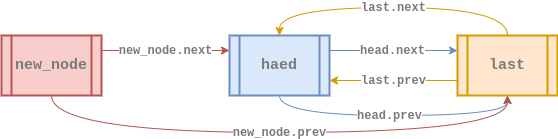
The draw.io diagram assets/data-structure/linked-list/cll-doubly-insert_at3.png in euisblue/vue-blog, before a commit. Source tidied: cells renumbered, new cells last; positions are measured from the earlier drawing's top-left corner, leaving out a move shared by most shapes.
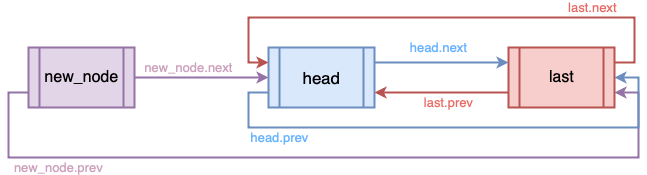
Above is the later version.

What changed in the source:
```diff
@@ -2,47 +2,58 @@
   <root>
     <mxCell id="0" />
     <mxCell id="1" parent="0" />
-    <mxCell id="2" value="&lt;b style=&quot;color: rgb(0 , 0 , 0) ; font-size: 11px ; font-style: normal ; letter-spacing: normal ; text-align: center ; text-indent: 0px ; text-transform: none ; word-spacing: 0px ; font-family: &amp;#34;courier new&amp;#34;&quot;&gt;&lt;font color=&quot;#7a7a7a&quot; style=&quot;font-size: 12px&quot;&gt;last.prev&lt;/font&gt;&lt;/b&gt;" style="edgeStyle=none;rounded=0;sketch=0;jettySize=auto;html=1;exitX=0;exitY=0.75;exitDx=0;exitDy=0;entryX=1;entryY=0.75;entryDx=0;entryDy=0;strokeColor=#d79b00;strokeWidth=1;fillColor=#ffe6cc;" parent="1" edge="1" source="4" target="7">
-      <mxGeometry relative="1" as="geometry" />
+    <mxCell id="2" value="&lt;font color=&quot;#cda2be&quot; size=&quot;2&quot;&gt;&lt;span&gt;new_node.next&lt;/span&gt;&lt;/font&gt;" style="edgeStyle=orthogonalEdgeStyle;rounded=0;jettySize=auto;html=1;exitX=1;exitY=0.5;exitDx=0;exitDy=0;entryX=0;entryY=0.5;entryDx=0;entryDy=0;fillColor=#e1d5e7;strokeColor=#9673a6;strokeWidth=2;labelBackgroundColor=none;labelBorderColor=none;fontFamily=Helvetica;" parent="1" edge="1" source="4" target="6">
+      <mxGeometry x="-0.19" y="10" relative="1" as="geometry" />
     </mxCell>
-    <mxCell id="3" value="&lt;b style=&quot;color: rgb(0 , 0 , 0) ; font-size: 11px ; font-style: normal ; letter-spacing: normal ; text-align: center ; text-indent: 0px ; text-transform: none ; word-spacing: 0px ; font-family: &amp;#34;courier new&amp;#34;&quot;&gt;&lt;font color=&quot;#7a7a7a&quot; style=&quot;font-size: 12px&quot;&gt;last.next&lt;/font&gt;&lt;/b&gt;" style="edgeStyle=orthogonalEdgeStyle;rounded=0;jettySize=auto;html=1;exitX=0.5;exitY=0;exitDx=0;exitDy=0;entryX=0.5;entryY=0;entryDx=0;entryDy=0;strokeColor=#d79b00;curved=1;fillColor=#ffe6cc;" parent="1" edge="1" source="4" target="7">
-      <mxGeometry relative="1" as="geometry">
+    <mxCell id="3" value="&lt;span style=&quot;color: rgb(205 , 162 , 190) ; font-size: 13px&quot;&gt;new_node.prev&lt;/span&gt;" style="edgeStyle=orthogonalEdgeStyle;rounded=0;jettySize=auto;html=1;exitX=0;exitY=0.75;exitDx=0;exitDy=0;entryX=1;entryY=0.75;entryDx=0;entryDy=0;labelBackgroundColor=none;strokeWidth=2;fontFamily=Helvetica;fontColor=#666666;align=center;fillColor=#e1d5e7;strokeColor=#9673a6;" parent="1" edge="1" source="4" target="8">
+      <mxGeometry x="-0.66" y="-10" relative="1" as="geometry">
         <Array as="points">
-          <mxPoint x="506" />
-          <mxPoint x="278" />
+          <mxPoint x="436" y="73" />
+          <mxPoint x="436" y="138" />
+          <mxPoint x="1066" y="138" />
+          <mxPoint x="1066" y="73" />
         </Array>
       </mxGeometry>
     </mxCell>
-    <mxCell id="4" value="&lt;b&gt;&lt;font style=&quot;font-size: 15px ; font-style: normal&quot; face=&quot;Courier New&quot; color=&quot;#7a7a7a&quot;&gt;last&lt;/font&gt;&lt;/b&gt;" style="shape=process;whiteSpace=wrap;html=1;backgroundOutline=1;fillColor=#ffe6cc;strokeColor=#d79b00;gradientDirection=east;strokeWidth=2;shadow=0;glass=0;sketch=0;fontStyle=2;" parent="1" vertex="1">
-      <mxGeometry x="456" y="28" width="100" height="60" as="geometry" />
+    <mxCell id="4" value="&lt;font&gt;&lt;font style=&quot;font-size: 16px&quot;&gt;new_node&lt;/font&gt;&lt;br&gt;&lt;/font&gt;" style="shape=process;whiteSpace=wrap;html=1;backgroundOutline=1;strokeWidth=2;fillColor=#e1d5e7;strokeColor=#9673a6;fontStyle=0;fontFamily=Helvetica;fontSize=14;labelBackgroundColor=none;labelBorderColor=none;" parent="1" vertex="1">
+      <mxGeometry x="456" y="28" width="106" height="60" as="geometry" />
     </mxCell>
-    <mxCell id="5" value="&lt;b style=&quot;font-size: 11px ; letter-spacing: normal ; text-align: center ; text-indent: 0px ; text-transform: none ; word-spacing: 0px ; font-family: &amp;#34;courier new&amp;#34;&quot;&gt;&lt;font style=&quot;font-size: 12px&quot; color=&quot;#7a7a7a&quot;&gt;head.next&lt;/font&gt;&lt;/b&gt;" style="rounded=0;sketch=0;jettySize=auto;html=1;exitX=1;exitY=0.25;exitDx=0;exitDy=0;entryX=0;entryY=0.25;entryDx=0;entryDy=0;strokeColor=#6c8ebf;strokeWidth=1;fillColor=#dae8fc;fontStyle=0;" parent="1" edge="1" source="7" target="4">
-      <mxGeometry x="-0.01" relative="1" as="geometry" />
+    <mxCell id="5" value="&lt;span style=&quot;color: rgb(102 , 178 , 255) ; font-size: 13px&quot;&gt;head.prev&lt;/span&gt;" style="edgeStyle=orthogonalEdgeStyle;rounded=0;jettySize=auto;html=1;exitX=0;exitY=0.75;exitDx=0;exitDy=0;entryX=1;entryY=0.5;entryDx=0;entryDy=0;fillColor=#dae8fc;strokeColor=#6c8ebf;strokeWidth=2;labelBackgroundColor=none;labelBorderColor=none;fontFamily=Helvetica;align=center;" parent="1" edge="1" source="6" target="8">
+      <mxGeometry x="-0.67" y="-10" relative="1" as="geometry">
+        <Array as="points">
+          <mxPoint x="676" y="73" />
+          <mxPoint x="676" y="108" />
+          <mxPoint x="1066" y="108" />
+          <mxPoint x="1066" y="58" />
+        </Array>
+      </mxGeometry>
     </mxCell>
-    <mxCell id="6" value="&lt;b style=&quot;color: rgb(0 , 0 , 0) ; font-size: 11px ; font-style: normal ; letter-spacing: normal ; text-align: center ; text-indent: 0px ; text-transform: none ; word-spacing: 0px ; font-family: &amp;#34;courier new&amp;#34;&quot;&gt;&lt;font color=&quot;#7a7a7a&quot; style=&quot;font-size: 12px&quot;&gt;head.prev&lt;/font&gt;&lt;/b&gt;" style="edgeStyle=orthogonalEdgeStyle;rounded=0;jettySize=auto;html=1;exitX=0.5;exitY=1;exitDx=0;exitDy=0;entryX=0.5;entryY=1;entryDx=0;entryDy=0;fillColor=#dae8fc;strokeColor=#6c8ebf;curved=1;" parent="1" edge="1" source="7" target="4">
-      <mxGeometry x="-0.03" relative="1" as="geometry">
-        <Array as="points">
-          <mxPoint x="278" y="108" />
-          <mxPoint x="506" y="108" />
-        </Array>
-      </mxGeometry>
+    <mxCell id="6" value="&lt;font&gt;&lt;font style=&quot;font-size: 17px&quot;&gt;head&lt;/font&gt;&lt;br&gt;&lt;/font&gt;" style="shape=process;whiteSpace=wrap;html=1;backgroundOutline=1;strokeWidth=2;fillColor=#dae8fc;strokeColor=#6c8ebf;fontStyle=0;fontFamily=Helvetica;fontSize=14;labelBackgroundColor=none;labelBorderColor=none;" parent="1" vertex="1">
+      <mxGeometry x="696" y="28" width="106" height="60" as="geometry" />
     </mxCell>
-    <mxCell id="7" value="&lt;div&gt;&lt;font color=&quot;#7a7a7a&quot; face=&quot;courier new&quot; style=&quot;font-size: 15px&quot;&gt;haed&lt;/font&gt;&lt;/div&gt;" style="shape=process;whiteSpace=wrap;html=1;backgroundOutline=1;fillColor=#dae8fc;strokeColor=#6c8ebf;gradientDirection=east;strokeWidth=2;shadow=0;glass=0;align=center;sketch=0;fontStyle=1;" parent="1" vertex="1">
-      <mxGeometry x="228" y="28" width="100" height="60" as="geometry" />
+    <mxCell id="7" value="&lt;span style=&quot;color: rgb(234 , 107 , 102)&quot;&gt;&lt;font style=&quot;font-size: 13px&quot;&gt;last.prev&lt;/font&gt;&lt;/span&gt;" style="edgeStyle=orthogonalEdgeStyle;rounded=0;jettySize=auto;html=1;exitX=0;exitY=0.75;exitDx=0;exitDy=0;entryX=1;entryY=0.75;entryDx=0;entryDy=0;labelBackgroundColor=none;strokeWidth=2;fontFamily=Helvetica;fontColor=#666666;align=center;fillColor=#f8cecc;strokeColor=#b85450;" parent="1" edge="1" source="8" target="6">
+      <mxGeometry x="-0.1" y="10" relative="1" as="geometry" />
     </mxCell>
-    <mxCell id="8" value="&lt;font color=&quot;#7a7a7a&quot; face=&quot;courier new&quot;&gt;&lt;span style=&quot;font-size: 12px&quot;&gt;&lt;b&gt;new_node.next&lt;/b&gt;&lt;/span&gt;&lt;/font&gt;" style="edgeStyle=orthogonalEdgeStyle;curved=1;rounded=0;jettySize=auto;html=1;exitX=1;exitY=0.25;exitDx=0;exitDy=0;entryX=0;entryY=0.25;entryDx=0;entryDy=0;fillColor=#f8cecc;strokeColor=#b85450;" parent="1" edge="1" source="10" target="7">
-      <mxGeometry relative="1" as="geometry" />
+    <mxCell id="8" value="&lt;font&gt;&lt;font style=&quot;font-size: 16px&quot;&gt;last&lt;/font&gt;&lt;br&gt;&lt;/font&gt;" style="shape=process;whiteSpace=wrap;html=1;backgroundOutline=1;strokeWidth=2;fillColor=#f8cecc;strokeColor=#b85450;fontStyle=0;fontFamily=Helvetica;fontSize=14;labelBackgroundColor=none;labelBorderColor=none;" parent="1" vertex="1">
+      <mxGeometry x="936" y="28" width="106" height="60" as="geometry" />
     </mxCell>
-    <mxCell id="9" value="&lt;b style=&quot;color: rgb(0 , 0 , 0) ; font-size: 11px ; font-style: normal ; letter-spacing: normal ; text-align: center ; text-indent: 0px ; text-transform: none ; word-spacing: 0px ; font-family: &amp;#34;courier new&amp;#34;&quot;&gt;&lt;font color=&quot;#7a7a7a&quot; style=&quot;font-size: 12px&quot;&gt;new_node.prev&lt;/font&gt;&lt;/b&gt;" style="edgeStyle=orthogonalEdgeStyle;curved=1;rounded=0;jettySize=auto;html=1;exitX=0.5;exitY=1;exitDx=0;exitDy=0;entryX=0.5;entryY=1;entryDx=0;entryDy=0;strokeColor=#b85450;fillColor=#f8cecc;" parent="1" edge="1" source="10" target="4">
-      <mxGeometry relative="1" as="geometry">
+    <mxCell id="9" value="&lt;span style=&quot;color: rgb(102 , 178 , 255) ; font-size: 13px&quot;&gt;head.next&lt;/span&gt;" style="edgeStyle=orthogonalEdgeStyle;rounded=0;jettySize=auto;html=1;exitX=1;exitY=0.25;exitDx=0;exitDy=0;entryX=0;entryY=0.25;entryDx=0;entryDy=0;labelBackgroundColor=none;strokeWidth=2;fontFamily=Helvetica;fontColor=#666666;align=center;fillColor=#dae8fc;strokeColor=#6c8ebf;" parent="1" edge="1" source="6" target="8">
+      <mxGeometry x="-0.04" y="15" relative="1" as="geometry">
         <Array as="points">
-          <mxPoint x="50" y="125" />
-          <mxPoint x="506" y="125" />
+          <mxPoint x="856" y="43" />
+          <mxPoint x="856" y="43" />
         </Array>
       </mxGeometry>
     </mxCell>
-    <mxCell id="10" value="&lt;div&gt;&lt;font color=&quot;#7a7a7a&quot; face=&quot;courier new&quot;&gt;&lt;span style=&quot;font-size: 15px&quot;&gt;new_node&lt;/span&gt;&lt;/font&gt;&lt;/div&gt;" style="shape=process;whiteSpace=wrap;html=1;backgroundOutline=1;fillColor=#f8cecc;strokeColor=#b85450;gradientDirection=east;strokeWidth=2;shadow=0;glass=0;align=center;sketch=0;fontStyle=1;" parent="1" vertex="1">
-      <mxGeometry y="28" width="100" height="60" as="geometry" />
+    <mxCell id="10" value="&lt;span style=&quot;color: rgb(234 , 107 , 102) ; font-size: 13px&quot;&gt;last.next&lt;/span&gt;" style="edgeStyle=orthogonalEdgeStyle;rounded=0;jettySize=auto;html=1;exitX=1;exitY=0.25;exitDx=0;exitDy=0;labelBackgroundColor=none;strokeWidth=2;fontFamily=Helvetica;fontColor=#666666;align=center;fillColor=#f8cecc;strokeColor=#b85450;entryX=0;entryY=0.25;entryDx=0;entryDy=0;" parent="1" edge="1" source="8" target="6">
+      <mxGeometry x="-0.59" y="-10" relative="1" as="geometry">
+        <Array as="points">
+          <mxPoint x="1062" y="43" />
+          <mxPoint x="1062" y="-2" />
+          <mxPoint x="676" y="-2" />
+          <mxPoint x="676" y="43" />
+        </Array>
+      </mxGeometry>
     </mxCell>
   </root>
 </mxGraphModel>
```
